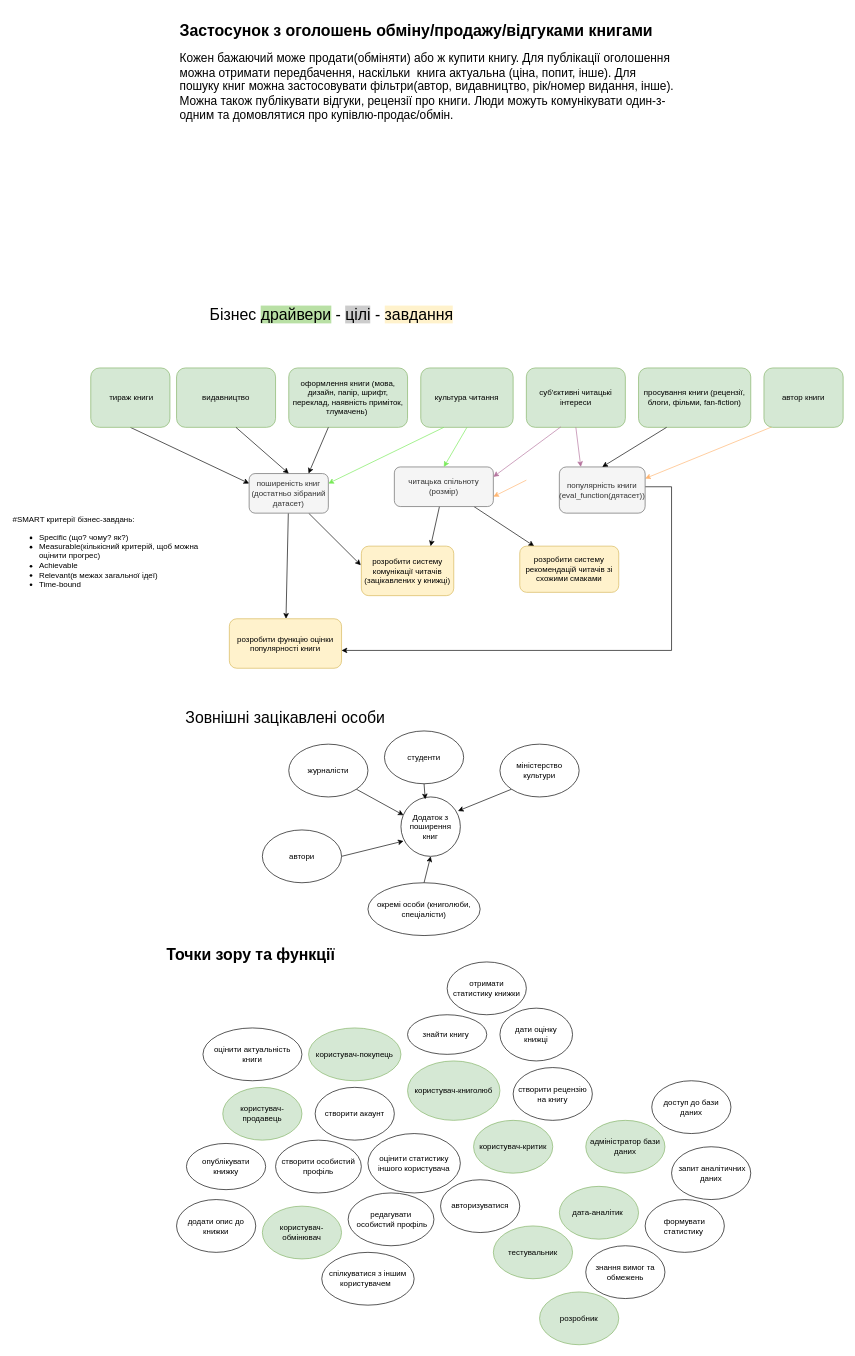
AnnaBozhenko/BookResources keeps this draw.io diagram as business_analytics/ba.drawio. Above is the earlier version. Source tidied: cells renumbered, new cells numbered last; positions are measured from the earlier drawing's top-left corner, leaving out a move shared by most shapes. Both pictures are drawn from the tidied source at 66%, with x=0, y=0 at pixel (11, 18).
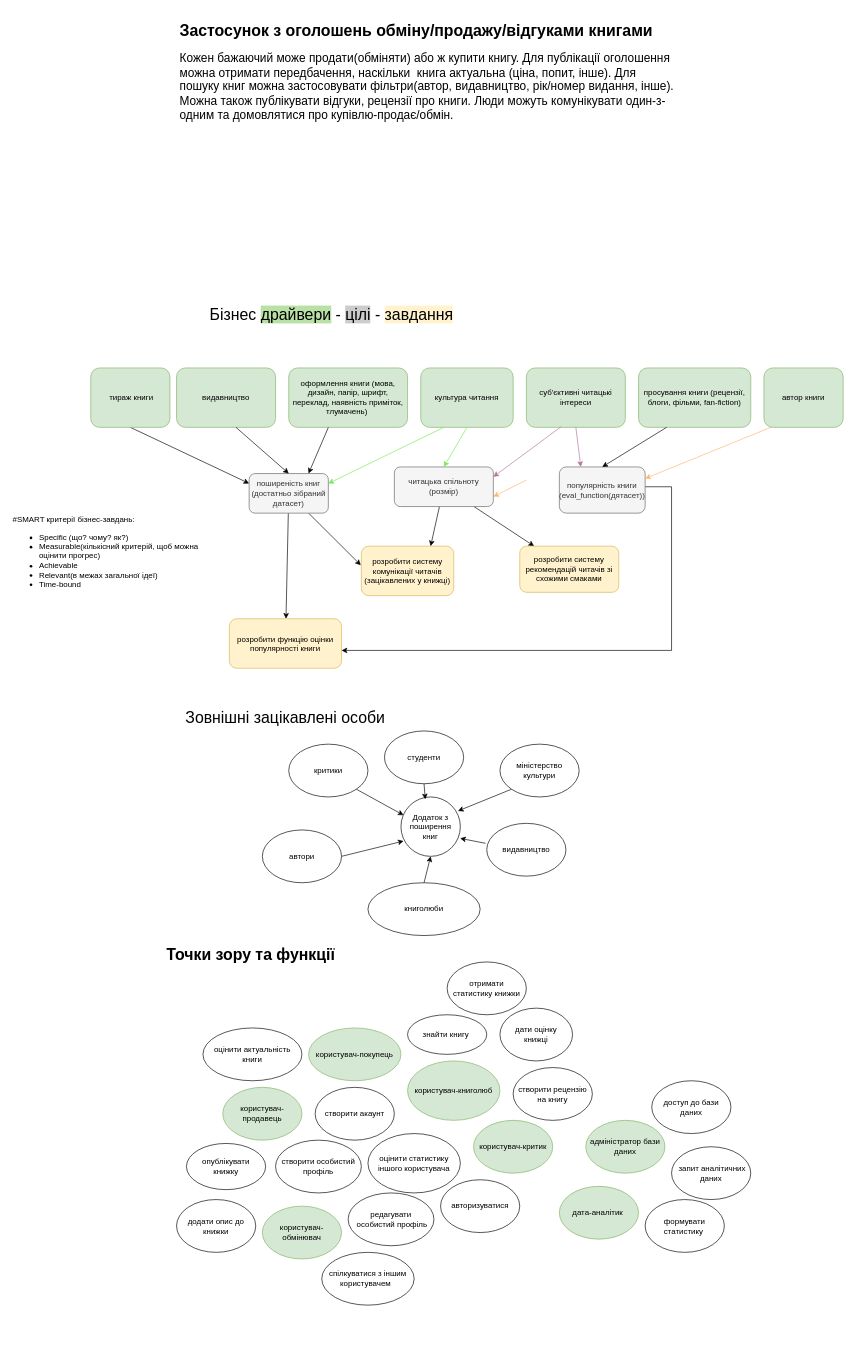
The same diagram, later.

Unchanged cells that the change refers to:
```xml
<mxCell id="32" value="Додаток з поширення книг" style="ellipse;whiteSpace=wrap;html=1;" parent="1" vertex="1">
  <mxGeometry x="590" y="1180" width="90" height="90" as="geometry" />
</mxCell>
```

What changed in the source:
```diff
@@
-    <mxCell id="34" value="журналісти" style="ellipse;whiteSpace=wrap;html=1;" parent="1" vertex="1">
+    <mxCell id="34" value="критики" style="ellipse;whiteSpace=wrap;html=1;" parent="1" vertex="1">
       <mxGeometry x="420" y="1100" width="120" height="80" as="geometry" />
     </mxCell>
@@
-    <mxCell id="42" value="окремі особи (книголюби, спеціалісти)" style="ellipse;whiteSpace=wrap;html=1;" parent="1" vertex="1">
+    <mxCell id="42" value="книголюби" style="ellipse;whiteSpace=wrap;html=1;" parent="1" vertex="1">
       <mxGeometry x="540" y="1310" width="170" height="80" as="geometry" />
     </mxCell>
@@
-    <mxCell id="52" value="тестувальник" style="ellipse;whiteSpace=wrap;html=1;fillColor=#d5e8d4;strokeColor=#82b366;" parent="1" vertex="1">
-      <mxGeometry x="730" y="1830" width="120" height="80" as="geometry" />
-    </mxCell>
-    <mxCell id="53" value="розробник" style="ellipse;whiteSpace=wrap;html=1;fillColor=#d5e8d4;strokeColor=#82b366;" parent="1" vertex="1">
-      <mxGeometry x="800" y="1930" width="120" height="80" as="geometry" />
-    </mxCell>
@@
-    <mxCell id="70" value="знання вимог та обмежень" style="ellipse;whiteSpace=wrap;html=1;" parent="1" vertex="1">
-      <mxGeometry x="870" y="1860" width="120" height="80" as="geometry" />
-    </mxCell>
@@
+    <mxCell id="72" value="видавництво" style="ellipse;whiteSpace=wrap;html=1;" parent="1" vertex="1">
+      <mxGeometry x="720" y="1220" width="120" height="80" as="geometry" />
+    </mxCell>
+    <mxCell id="73" style="endArrow=classic;html=1;rounded=0;entryX=0.997;entryY=0.697;entryDx=0;entryDy=0;entryPerimeter=0;exitX=-0.016;exitY=0.378;exitDx=0;exitDy=0;exitPerimeter=0;" parent="1" edge="1" source="72" target="32">
+      <mxGeometry relative="1" as="geometry" />
+    </mxCell>
```
